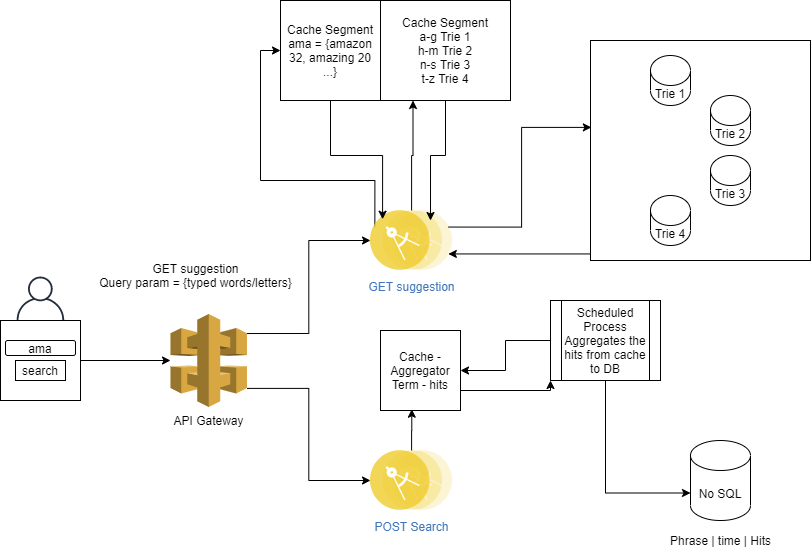
Before: autocomplete suggestion.png, a diagram exported from draw.io (pri-tri/System_Designs). Source tidied: cells renumbered, new cells last; positions are measured from the earlier drawing's top-left corner, leaving out a move shared by most shapes.
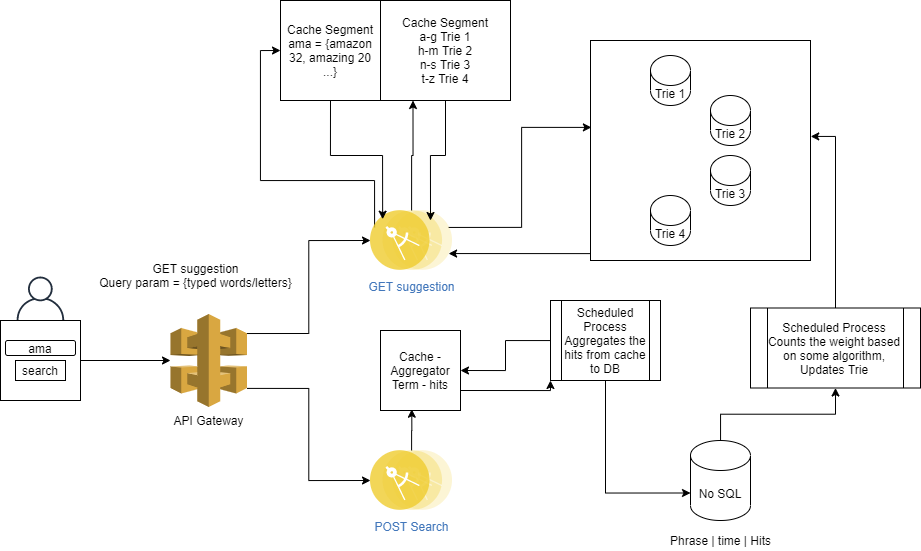
Later version of the same file.

Diff of the diagram source:
```diff
@@ -88,6 +88,9 @@
     <mxCell id="26" value="Cache Segment&lt;br&gt;ama = {amazon 32, amazing 20 ...}" style="whiteSpace=wrap;html=1;" parent="1" vertex="1">
       <mxGeometry x="280" width="100" height="100" as="geometry" />
     </mxCell>
+    <mxCell id="34" style="edgeStyle=orthogonalEdgeStyle;rounded=0;jettySize=auto;html=1;entryX=0.5;entryY=1;entryDx=0;entryDy=0;" parent="1" edge="1" source="27" target="36">
+      <mxGeometry relative="1" as="geometry" />
+    </mxCell>
     <mxCell id="27" value="No SQL&lt;br&gt;" style="shape=cylinder3;whiteSpace=wrap;html=1;boundedLbl=1;backgroundOutline=1;size=15;" parent="1" vertex="1">
       <mxGeometry x="690" y="440" width="60" height="80" as="geometry" />
     </mxCell>
@@ -113,5 +116,11 @@
     <mxCell id="33" value="Phrase | time | Hits" style="text;html=1;align=center;verticalAlign=middle;" parent="1" vertex="1">
       <mxGeometry x="660" y="530" width="120" height="20" as="geometry" />
     </mxCell>
+    <mxCell id="35" style="edgeStyle=orthogonalEdgeStyle;rounded=0;jettySize=auto;html=1;entryX=1.001;entryY=0.436;entryDx=0;entryDy=0;entryPerimeter=0;" parent="1" edge="1" source="36" target="3">
+      <mxGeometry relative="1" as="geometry" />
+    </mxCell>
+    <mxCell id="36" value="Scheduled Process&lt;br&gt;Counts the weight based on some algorithm, Updates Trie" style="shape=process;whiteSpace=wrap;html=1;backgroundOutline=1;" parent="1" vertex="1">
+      <mxGeometry x="750" y="307.5" width="170" height="80" as="geometry" />
+    </mxCell>
   </root>
 </mxGraphModel>
```
